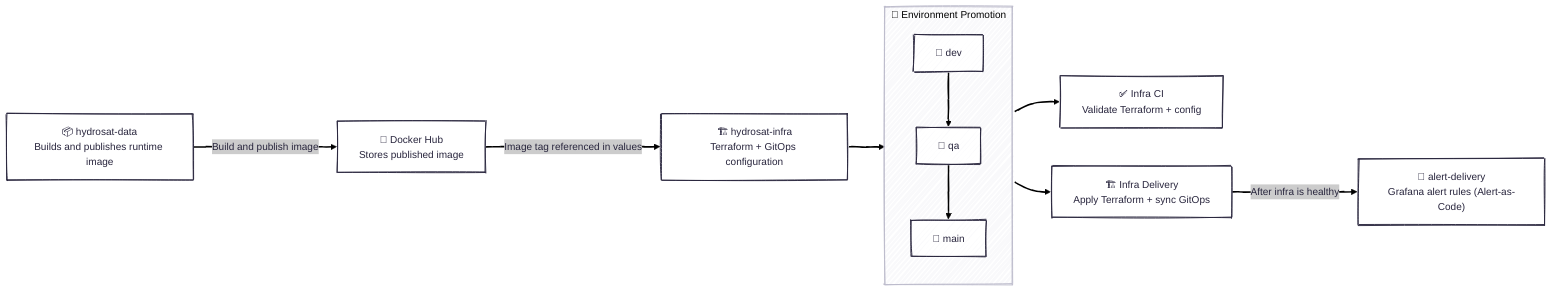
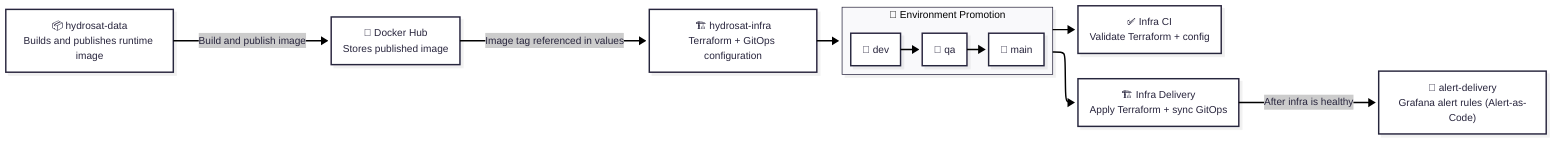
---
config:
-   layout: dagre
-   look: handDrawn
+   layout: elk
+   look: neo
  theme: redux
---
flowchart LR
 subgraph Branches["🌿 Environment Promotion"]
        Dev["🌱 dev"]
        QA["🧪 qa"]
        Main["🚀 main"]
  end
    Dev --> QA
    QA --> Main
    DataRepo["📦 hydrosat-data<br>Builds and publishes runtime image"] -- Build and publish image --> DockerHub["🐳 Docker Hub<br>Stores published image"]
    DockerHub -- Image tag referenced in values --> InfraRepo["🏗️ hydrosat-infra<br>Terraform + GitOps configuration"]
    InfraRepo --> Branches
    Branches --> InfraCI["✅ Infra CI<br>Validate Terraform + config"] & InfraDelivery["🏗️ Infra Delivery<br>Apply Terraform + sync GitOps"]
    InfraDelivery -- After infra is healthy --> AlertRepo["🚨 alert-delivery<br>Grafana alert rules (Alert-as-Code)"]